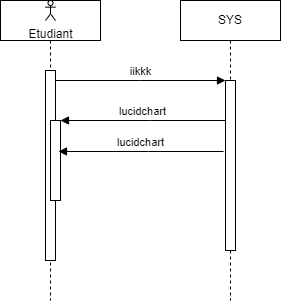
Earlier version of the draw.io export demandeAttestation.drawio.png (YounesseElYoussoufi/uml). Source tidied: cells renumbered, new cells last; positions are measured from the earlier drawing's top-left corner, leaving out a move shared by most shapes.
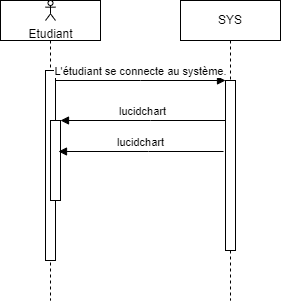
After the commit.

Commit message:
Mettre à jour demandeAttestation.drawio.png

Change to the diagram source:
```diff
@@ -17,7 +17,7 @@
     <mxCell id="6" style="html=1;points=[];perimeter=orthogonalPerimeter;outlineConnect=0;targetShapes=umlLifeline;portConstraint=eastwest;newEdgeStyle={&quot;edgeStyle&quot;:&quot;elbowEdgeStyle&quot;,&quot;elbow&quot;:&quot;vertical&quot;,&quot;curved&quot;:0,&quot;rounded&quot;:0};" parent="5" vertex="1">
       <mxGeometry x="45" y="80" width="10" height="170" as="geometry" />
     </mxCell>
-    <mxCell id="7" value="iikkk" style="html=1;verticalAlign=bottom;endArrow=block;edgeStyle=elbowEdgeStyle;elbow=vertical;curved=0;rounded=0;" parent="1" edge="1" source="3" target="6">
+    <mxCell id="7" value="L'étudiant se connecte au système." style="html=1;verticalAlign=bottom;endArrow=block;edgeStyle=elbowEdgeStyle;elbow=vertical;curved=0;rounded=0;" parent="1" edge="1" source="3" target="6">
       <mxGeometry relative="1" as="geometry">
         <Array as="points">
           <mxPoint x="140" y="80" />
```
